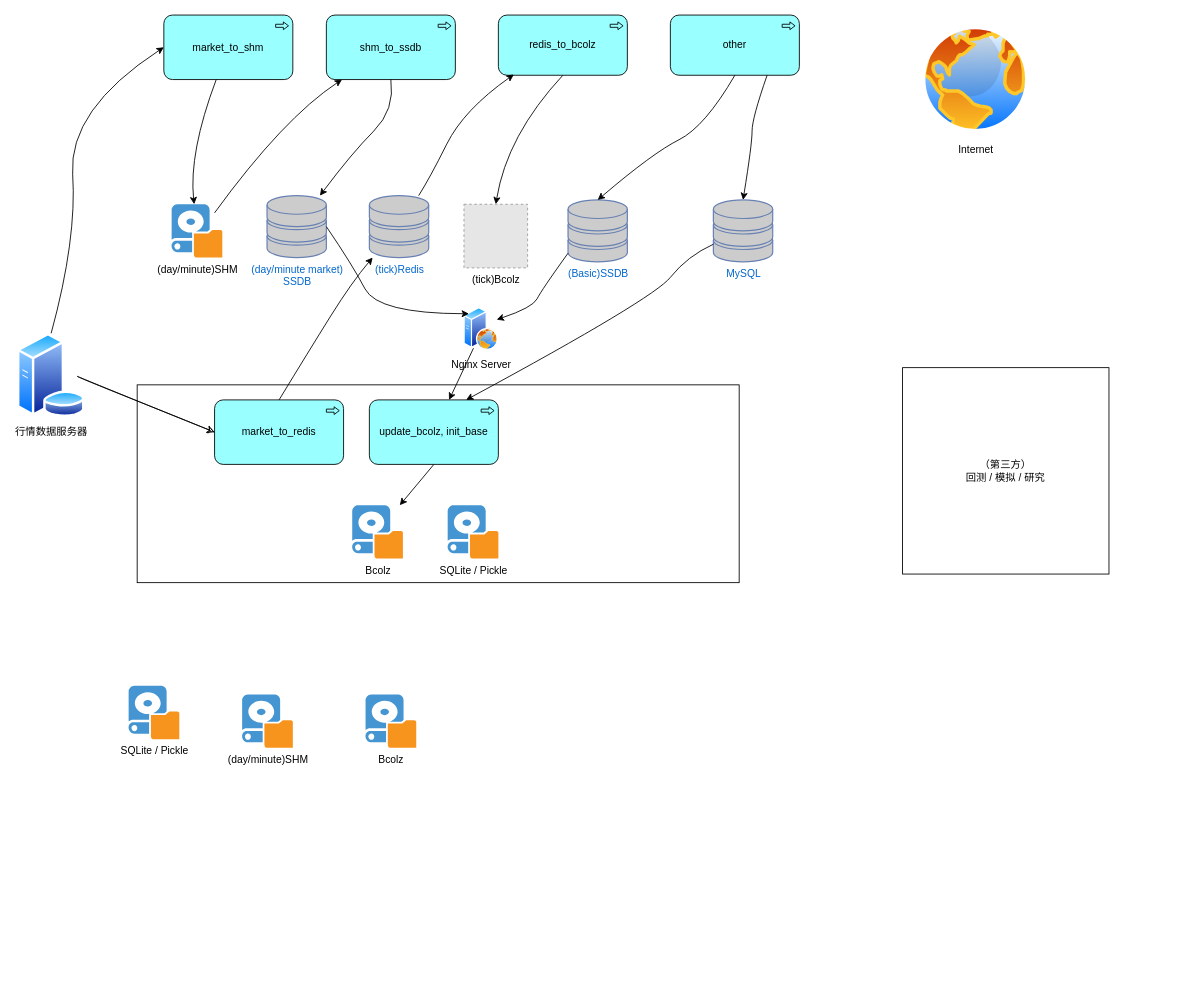
Earlier version of the draw.io diagram 行情数据处理架构图.drawio (kuanghy/app-diagrams-repo). Source tidied: cells renumbered, new cells numbered last; positions are measured from the earlier drawing's top-left corner, leaving out a move shared by most shapes. Both pictures are drawn from the tidied source at 86%, with x=0, y=0 at pixel (16, 15). Pictures stored in the file or linked from it are replaced by grey dashed boxes.
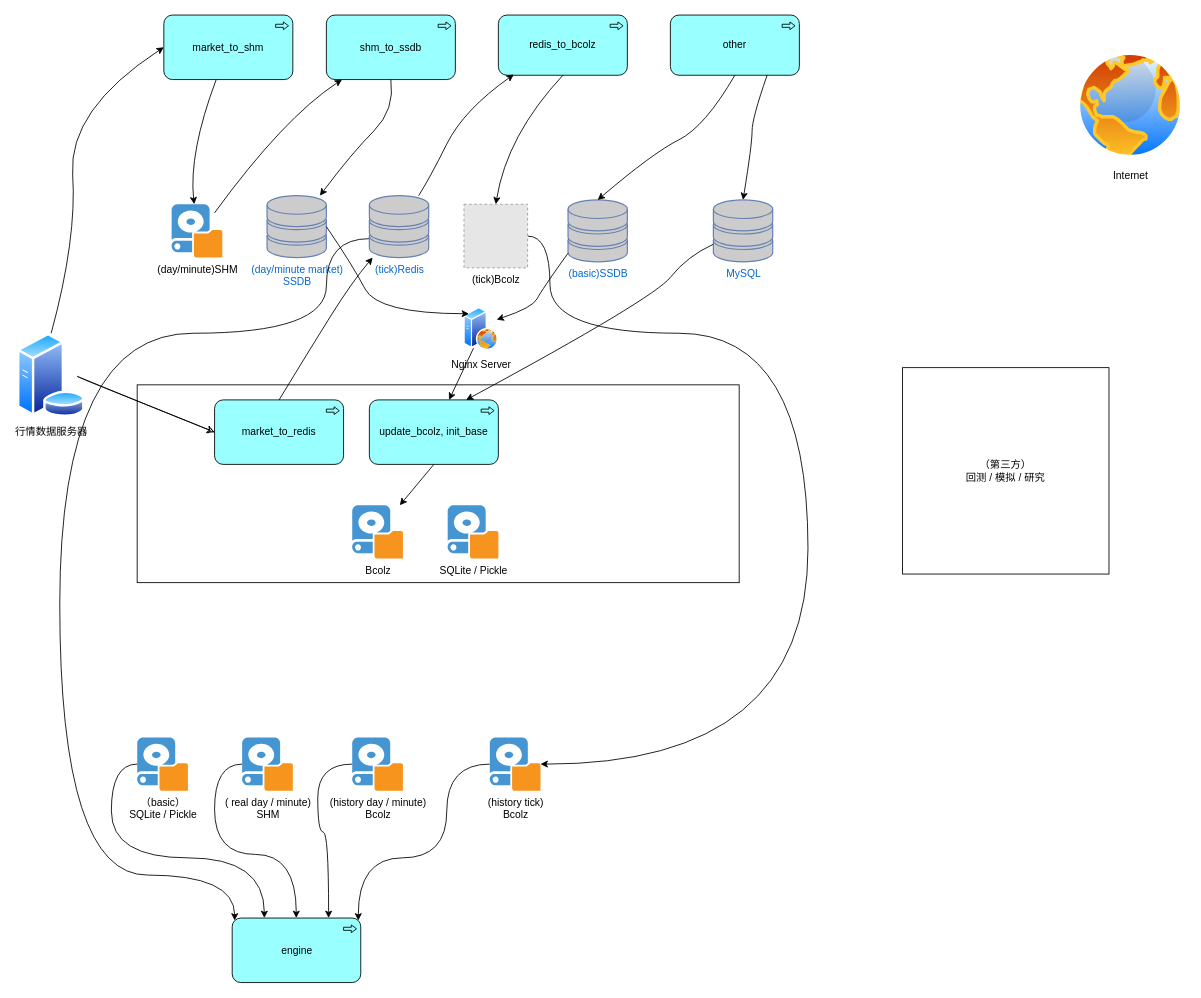
After the change.

Commit message (it also covers changes not shown here):
更新行情数据处理架构图.drawio

Unchanged cells that the change refers to:
```xml
<mxCell id="5" value="(tick)Redis" style="fontColor=#0066CC;verticalAlign=top;verticalLabelPosition=bottom;labelPosition=center;align=center;html=1;outlineConnect=0;fillColor=#CCCCCC;strokeColor=#6881B3;gradientColor=none;gradientDirection=north;strokeWidth=2;shape=mxgraph.networks.storage;sketch=0;" parent="1" vertex="1">
  <mxGeometry x="410" y="210" width="69" height="72" as="geometry" />
</mxCell>
<mxCell id="33" value="(tick)Bcolz" style="fillColor=#E6E6E6;strokeColor=#999999;dashed=1;html=1;verticalAlign=top;verticalLabelPosition=bottom;labelBackgroundColor=#ffffff;" parent="1" vertex="1">
  <mxGeometry x="520" y="220" width="74" height="74" as="geometry" />
</mxCell>
```

What changed in the source:
```diff
@@
+    <mxCell id="39" style="edgeStyle=orthogonalEdgeStyle;curved=1;sketch=0;jettySize=auto;html=1;strokeWidth=1;entryX=0;entryY=0;entryDx=2.9;entryDy=2.9;entryPerimeter=0;" parent="1" edge="1" source="5" target="44">
+      <mxGeometry relative="1" as="geometry">
+        <Array as="points">
+          <mxPoint x="360" y="260" />
+          <mxPoint x="360" y="370" />
+          <mxPoint x="50" y="370" />
+          <mxPoint x="50" y="1000" />
+          <mxPoint x="253" y="1000" />
+        </Array>
+      </mxGeometry>
+    </mxCell>
@@
     <mxCell id="22" value="Internet" style="perimeter=ellipsePerimeter;html=1;align=center;shadow=0;dashed=0;spacingTop=3;image;image=img/lib/active_directory/internet_globe.svg;glass=0;sketch=0;" parent="1" vertex="1">
-      <mxGeometry x="1050" y="10" width="130" height="130" as="geometry" />
+      <mxGeometry x="1230" y="40" width="130" height="130" as="geometry" />
     </mxCell>
@@
-    <mxCell id="24" value="(Basic)SSDB" style="fontColor=#0066CC;verticalAlign=top;verticalLabelPosition=bottom;labelPosition=center;align=center;html=1;outlineConnect=0;fillColor=#CCCCCC;strokeColor=#6881B3;gradientColor=none;gradientDirection=north;strokeWidth=2;shape=mxgraph.networks.storage;" parent="1" vertex="1">
+    <mxCell id="24" value="(basic)SSDB" style="fontColor=#0066CC;verticalAlign=top;verticalLabelPosition=bottom;labelPosition=center;align=center;html=1;outlineConnect=0;fillColor=#CCCCCC;strokeColor=#6881B3;gradientColor=none;gradientDirection=north;strokeWidth=2;shape=mxgraph.networks.storage;" parent="1" vertex="1">
       <mxGeometry x="641" y="215" width="69" height="72" as="geometry" />
     </mxCell>
@@
+    <mxCell id="40" style="edgeStyle=orthogonalEdgeStyle;curved=1;sketch=0;jettySize=auto;html=1;strokeWidth=1;" parent="1" edge="1" source="33" target="42">
+      <mxGeometry relative="1" as="geometry">
+        <Array as="points">
+          <mxPoint x="620" y="257" />
+          <mxPoint x="620" y="370" />
+          <mxPoint x="920" y="370" />
+          <mxPoint x="920" y="871" />
+        </Array>
+      </mxGeometry>
+    </mxCell>
@@
+    <mxCell id="41" style="edgeStyle=orthogonalEdgeStyle;curved=1;sketch=0;jettySize=auto;html=1;entryX=1;entryY=0;entryDx=-2.9;entryDy=2.9;entryPerimeter=0;strokeWidth=1;" parent="1" edge="1" source="42" target="44">
+      <mxGeometry relative="1" as="geometry">
+        <Array as="points">
+          <mxPoint x="500" y="871" />
+          <mxPoint x="500" y="980" />
+          <mxPoint x="397" y="980" />
+        </Array>
+      </mxGeometry>
+    </mxCell>
+    <mxCell id="42" value="(history tick)&lt;br&gt;Bcolz" style="shadow=0;dashed=0;html=1;strokeColor=none;fillColor=#4495D1;labelPosition=center;verticalLabelPosition=bottom;verticalAlign=top;align=center;outlineConnect=0;shape=mxgraph.veeam.local_disk;" parent="1" vertex="1">
+      <mxGeometry x="550" y="840" width="59" height="62" as="geometry" />
+    </mxCell>
+    <mxCell id="43" style="group;" parent="1" vertex="1">
+      <mxGeometry x="140" y="840" width="309" height="62" as="geometry" />
+    </mxCell>
-    <mxCell id="36" value="(day/minute)SHM" style="shadow=0;dashed=0;html=1;strokeColor=none;fillColor=#4495D1;labelPosition=center;verticalLabelPosition=bottom;verticalAlign=top;align=center;outlineConnect=0;shape=mxgraph.veeam.local_disk;" parent="1" vertex="1">
-      <mxGeometry x="262" y="790" width="59" height="62" as="geometry" />
+    <mxCell id="36" value="( real day / minute)&lt;br&gt;SHM" style="shadow=0;dashed=0;html=1;strokeColor=none;fillColor=#4495D1;labelPosition=center;verticalLabelPosition=bottom;verticalAlign=top;align=center;outlineConnect=0;shape=mxgraph.veeam.local_disk;" parent="43" vertex="1">
+      <mxGeometry x="122" width="59" height="62" as="geometry" />
     </mxCell>
-    <mxCell id="37" value="Bcolz" style="shadow=0;dashed=0;html=1;strokeColor=none;fillColor=#4495D1;labelPosition=center;verticalLabelPosition=bottom;verticalAlign=top;align=center;outlineConnect=0;shape=mxgraph.veeam.local_disk;" parent="1" vertex="1">
-      <mxGeometry x="405.5" y="790" width="59" height="62" as="geometry" />
+    <mxCell id="37" value="(history day / minute)&lt;br&gt;Bcolz" style="shadow=0;dashed=0;html=1;strokeColor=none;fillColor=#4495D1;labelPosition=center;verticalLabelPosition=bottom;verticalAlign=top;align=center;outlineConnect=0;shape=mxgraph.veeam.local_disk;" parent="43" vertex="1">
+      <mxGeometry x="250" width="59" height="62" as="geometry" />
     </mxCell>
-    <mxCell id="38" value="SQLite / Pickle" style="shadow=0;dashed=0;html=1;strokeColor=none;fillColor=#4495D1;labelPosition=center;verticalLabelPosition=bottom;verticalAlign=top;align=center;outlineConnect=0;shape=mxgraph.veeam.local_disk;" parent="1" vertex="1">
-      <mxGeometry x="130" y="780" width="59" height="62" as="geometry" />
+    <mxCell id="38" value="（basic）&lt;br&gt;SQLite / Pickle" style="shadow=0;dashed=0;html=1;strokeColor=none;fillColor=#4495D1;labelPosition=center;verticalLabelPosition=bottom;verticalAlign=top;align=center;outlineConnect=0;shape=mxgraph.veeam.local_disk;" parent="43" vertex="1">
+      <mxGeometry width="59" height="62" as="geometry" />
     </mxCell>
+    <mxCell id="44" value="engine" style="html=1;outlineConnect=0;whiteSpace=wrap;fillColor=#99ffff;shape=mxgraph.archimate3.application;appType=proc;archiType=rounded;" parent="1" vertex="1">
+      <mxGeometry x="250.5" y="1050" width="149.5" height="75" as="geometry" />
+    </mxCell>
+    <mxCell id="45" style="edgeStyle=orthogonalEdgeStyle;curved=1;sketch=0;jettySize=auto;html=1;entryX=0.75;entryY=0;entryDx=0;entryDy=0;entryPerimeter=0;strokeWidth=1;" parent="1" edge="1" source="37" target="44">
+      <mxGeometry relative="1" as="geometry">
+        <Array as="points">
+          <mxPoint x="350" y="871" />
+          <mxPoint x="350" y="950" />
+          <mxPoint x="363" y="950" />
+        </Array>
+      </mxGeometry>
+    </mxCell>
+    <mxCell id="46" style="edgeStyle=orthogonalEdgeStyle;curved=1;sketch=0;jettySize=auto;html=1;strokeWidth=1;" parent="1" edge="1" source="36" target="44">
+      <mxGeometry relative="1" as="geometry">
+        <Array as="points">
+          <mxPoint x="230" y="871" />
+          <mxPoint x="230" y="976" />
+          <mxPoint x="325" y="976" />
+        </Array>
+      </mxGeometry>
+    </mxCell>
+    <mxCell id="47" style="edgeStyle=orthogonalEdgeStyle;curved=1;sketch=0;jettySize=auto;html=1;entryX=0.25;entryY=0;entryDx=0;entryDy=0;entryPerimeter=0;strokeWidth=1;" parent="1" edge="1" source="38" target="44">
+      <mxGeometry relative="1" as="geometry">
+        <Array as="points">
+          <mxPoint x="110" y="871" />
+          <mxPoint x="110" y="980" />
+          <mxPoint x="288" y="980" />
+        </Array>
+      </mxGeometry>
+    </mxCell>
```
